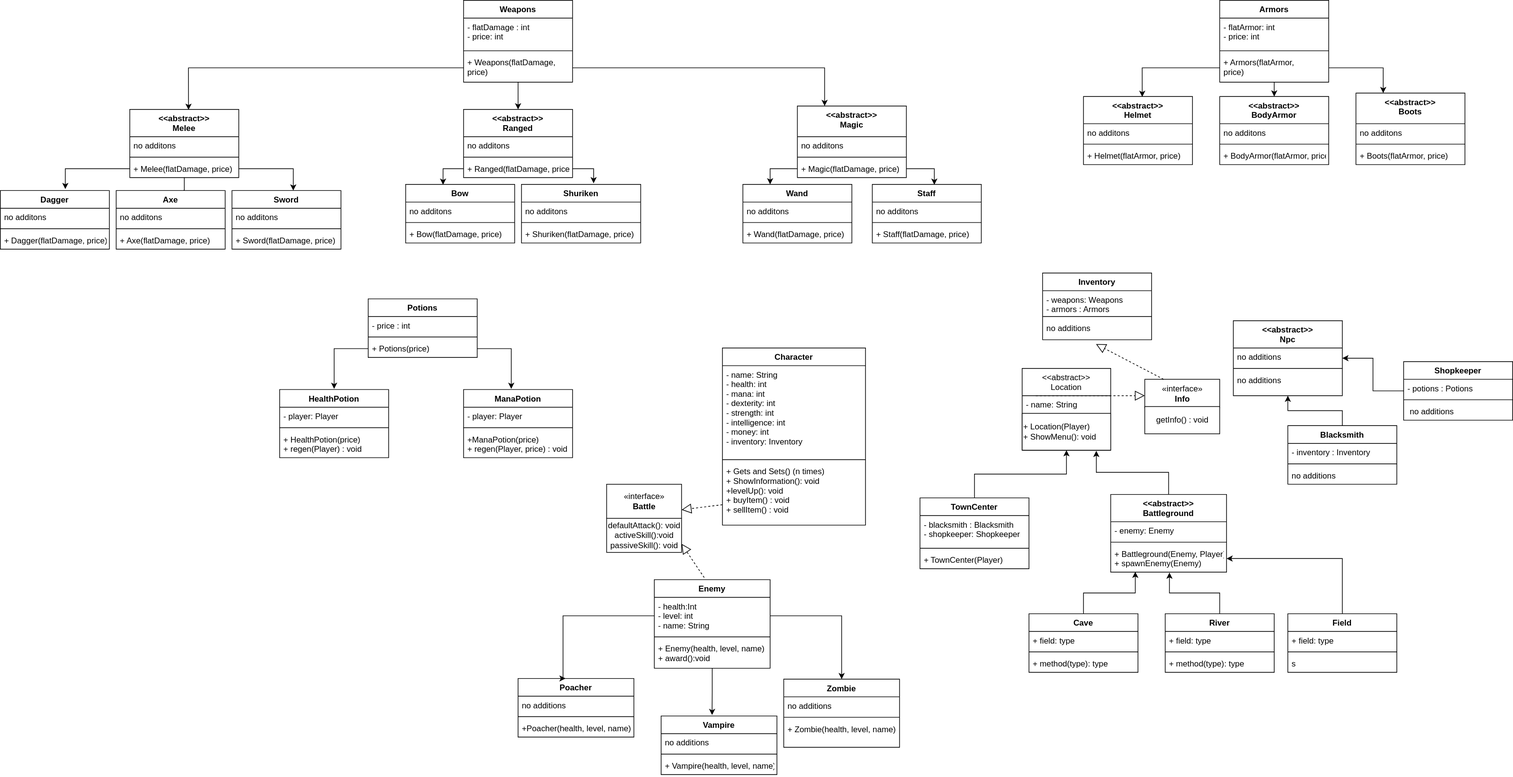
This is OOPrinciplesAG.drawio.svg from umutaan50/OOPrinciplesProjectAG, a draw.io export, as it was before one commit. Source tidied: cells renumbered, new cells last; positions are measured from the earlier drawing's top-left corner, leaving out a move shared by most shapes.
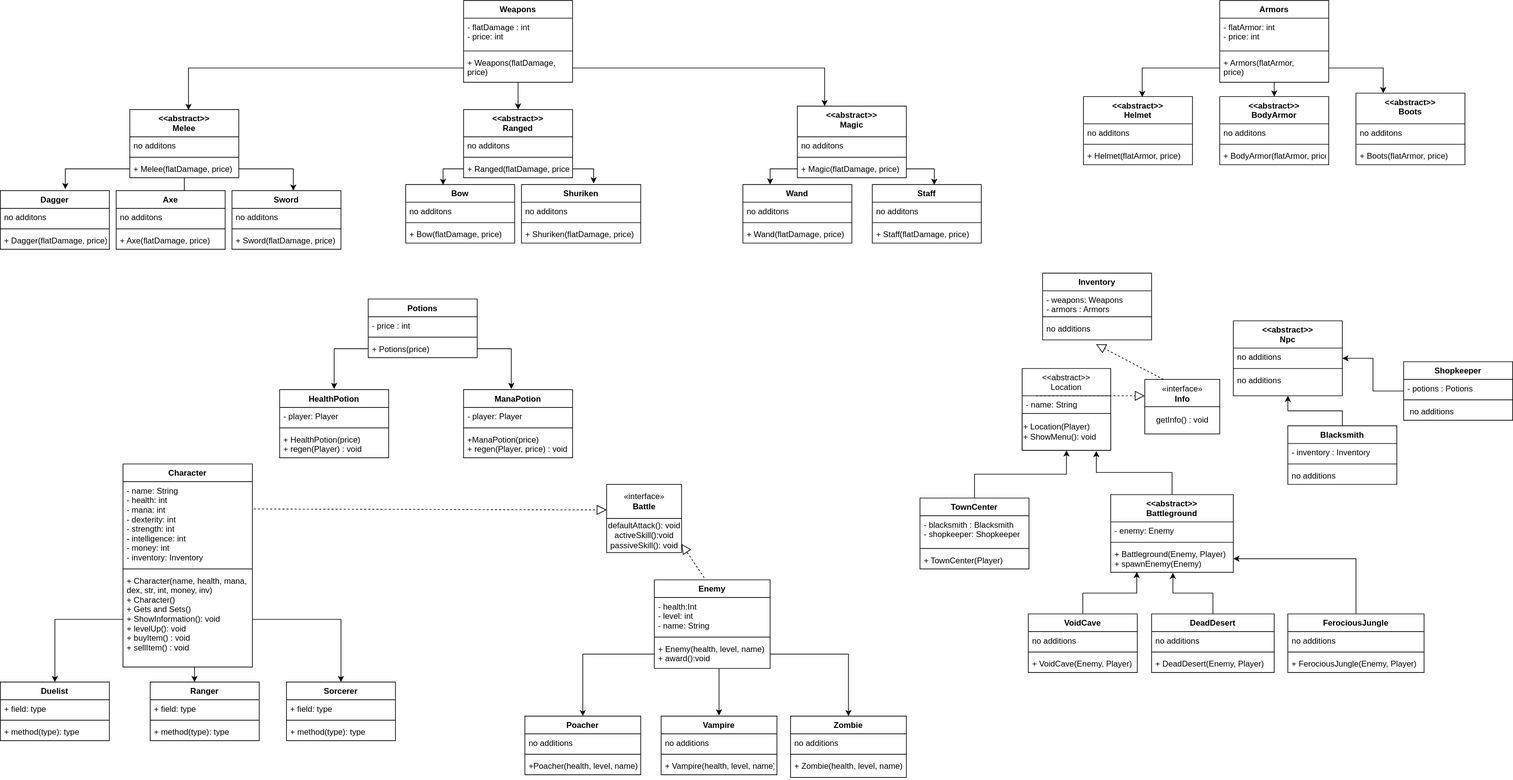
Later version of the same file.

Change to the diagram source:
```diff
@@ -2,17 +2,25 @@
   <root>
     <mxCell id="0" />
     <mxCell id="1" parent="0" />
+    <mxCell id="166" style="edgeStyle=orthogonalEdgeStyle;rounded=0;jettySize=auto;html=1;" parent="1" edge="1" source="2" target="174">
+      <mxGeometry relative="1" as="geometry">
+        <Array as="points">
+          <mxPoint x="285" y="980" />
+          <mxPoint x="285" y="980" />
+        </Array>
+      </mxGeometry>
+    </mxCell>
     <mxCell id="2" value="Character" style="swimlane;fontStyle=1;align=center;verticalAlign=top;horizontal=1;startSize=26;" parent="1" vertex="1">
-      <mxGeometry x="1060" y="510" width="210" height="260" as="geometry" />
+      <mxGeometry x="180" y="680" width="190" height="298" as="geometry" />
     </mxCell>
     <mxCell id="3" value="- name: String&#10;- health: int&#10;- mana: int &#10;- dexterity: int&#10;- strength: int&#10;- intelligence: int&#10;- money: int &#10;- inventory: Inventory" style="text;strokeColor=none;fillColor=none;align=left;verticalAlign=top;spacingLeft=4;spacingRight=4;overflow=hidden;points=[[0,0.5],[1,0.5]];portConstraint=eastwest;" parent="2" vertex="1">
-      <mxGeometry y="26" width="210" height="134" as="geometry" />
+      <mxGeometry y="26" width="190" height="124" as="geometry" />
     </mxCell>
     <mxCell id="4" style="line;strokeWidth=1;fillColor=none;align=left;verticalAlign=middle;spacingTop=-1;spacingLeft=3;spacingRight=3;labelPosition=right;" parent="2" vertex="1">
-      <mxGeometry y="160" width="210" height="8" as="geometry" />
+      <mxGeometry y="150" width="190" height="8" as="geometry" />
     </mxCell>
-    <mxCell id="5" value="+ Gets and Sets() (n times)&#10;+ ShowInformation(): void&#10;+levelUp(): void&#10;+ buyItem() : void&#10;+ sellItem() : void&#10;" style="text;strokeColor=none;fillColor=none;align=left;verticalAlign=top;spacingLeft=4;spacingRight=4;overflow=hidden;points=[[0,0.5],[1,0.5]];portConstraint=eastwest;" parent="2" vertex="1">
-      <mxGeometry y="168" width="210" height="92" as="geometry" />
+    <mxCell id="5" value="+ Character(name, health, mana,&#10;dex, str, int, money, inv)&#10;+ Character()&#10;+ Gets and Sets()&#10;+ ShowInformation(): void&#10;+ levelUp(): void&#10;+ buyItem() : void&#10;+ sellItem() : void&#10;" style="text;strokeColor=none;fillColor=none;align=left;verticalAlign=top;spacingLeft=4;spacingRight=4;overflow=hidden;points=[[0,0.5],[1,0.5]];portConstraint=eastwest;" parent="2" vertex="1">
+      <mxGeometry y="158" width="190" height="140" as="geometry" />
     </mxCell>
     <mxCell id="6" value="&lt;&lt;abstract&gt;&gt;&#10;Location" style="swimlane;fontStyle=0;horizontal=1;startSize=40;fillColor=none;" parent="1" vertex="1">
       <mxGeometry x="1500" y="540" width="130" height="120" as="geometry" />
@@ -84,16 +92,16 @@
       <mxGeometry relative="1" as="geometry" />
     </mxCell>
     <mxCell id="29" value="&lt;&lt;abstract&gt;&gt;&#10;Battleground" style="swimlane;fontStyle=1;align=center;verticalAlign=top;horizontal=1;startSize=40;" parent="1" vertex="1">
-      <mxGeometry x="1630" y="725" width="170" height="114" as="geometry" />
+      <mxGeometry x="1630" y="725" width="180" height="114" as="geometry" />
     </mxCell>
     <mxCell id="30" value="- enemy: Enemy" style="text;strokeColor=none;fillColor=none;align=left;verticalAlign=top;spacingLeft=4;spacingRight=4;overflow=hidden;" parent="29" vertex="1">
-      <mxGeometry y="40" width="170" height="26" as="geometry" />
+      <mxGeometry y="40" width="180" height="26" as="geometry" />
     </mxCell>
     <mxCell id="31" style="line;strokeWidth=1;fillColor=none;align=left;verticalAlign=middle;spacingTop=-1;spacingLeft=3;spacingRight=3;labelPosition=right;" parent="29" vertex="1">
-      <mxGeometry y="66" width="170" height="8" as="geometry" />
+      <mxGeometry y="66" width="180" height="8" as="geometry" />
     </mxCell>
     <mxCell id="32" value="+ Battleground(Enemy, Player)&#10;+ spawnEnemy(Enemy)" style="text;strokeColor=none;fillColor=none;align=left;verticalAlign=top;spacingLeft=4;spacingRight=4;overflow=hidden;points=[[0,0.5],[1,0.5]];portConstraint=eastwest;" parent="29" vertex="1">
-      <mxGeometry y="74" width="170" height="40" as="geometry" />
+      <mxGeometry y="74" width="180" height="40" as="geometry" />
     </mxCell>
     <mxCell id="33" value="«interface»&lt;br&gt;&lt;b&gt;Info&lt;/b&gt;" style="html=1;" parent="1" vertex="1">
       <mxGeometry x="1680" y="556" width="110" height="42" as="geometry" />
@@ -104,50 +112,55 @@
     <mxCell id="35" style="edgeStyle=orthogonalEdgeStyle;rounded=0;jettySize=auto;html=1;entryX=0.212;entryY=0.985;entryDx=0;entryDy=0;entryPerimeter=0;" parent="1" edge="1" source="36" target="32">
       <mxGeometry relative="1" as="geometry" />
     </mxCell>
-    <mxCell id="36" value="Cave" style="swimlane;fontStyle=1;align=center;verticalAlign=top;horizontal=1;startSize=26;" parent="1" vertex="1">
-      <mxGeometry x="1510" y="900" width="160" height="86" as="geometry" />
+    <mxCell id="36" value="VoidCave" style="swimlane;fontStyle=1;align=center;verticalAlign=top;horizontal=1;startSize=26;" parent="1" vertex="1">
+      <mxGeometry x="1509" y="900" width="160" height="86" as="geometry" />
     </mxCell>
-    <mxCell id="37" value="+ field: type" style="text;strokeColor=none;fillColor=none;align=left;verticalAlign=top;spacingLeft=4;spacingRight=4;overflow=hidden;" parent="36" vertex="1">
+    <mxCell id="37" value="no additions" style="text;strokeColor=none;fillColor=none;align=left;verticalAlign=top;spacingLeft=4;spacingRight=4;overflow=hidden;" parent="36" vertex="1">
       <mxGeometry y="26" width="160" height="26" as="geometry" />
     </mxCell>
     <mxCell id="38" style="line;strokeWidth=1;fillColor=none;align=left;verticalAlign=middle;spacingTop=-1;spacingLeft=3;spacingRight=3;labelPosition=right;" parent="36" vertex="1">
       <mxGeometry y="52" width="160" height="8" as="geometry" />
     </mxCell>
-    <mxCell id="39" value="+ method(type): type" style="text;strokeColor=none;fillColor=none;align=left;verticalAlign=top;spacingLeft=4;spacingRight=4;overflow=hidden;" parent="36" vertex="1">
+    <mxCell id="39" value="+ VoidCave(Enemy, Player)" style="text;strokeColor=none;fillColor=none;align=left;verticalAlign=top;spacingLeft=4;spacingRight=4;overflow=hidden;" parent="36" vertex="1">
       <mxGeometry y="60" width="160" height="26" as="geometry" />
     </mxCell>
     <mxCell id="40" style="edgeStyle=orthogonalEdgeStyle;rounded=0;jettySize=auto;html=1;entryX=0.507;entryY=1.015;entryDx=0;entryDy=0;entryPerimeter=0;" parent="1" edge="1" source="41" target="32">
       <mxGeometry relative="1" as="geometry" />
     </mxCell>
-    <mxCell id="41" value="River" style="swimlane;fontStyle=1;align=center;verticalAlign=top;horizontal=1;startSize=26;" parent="1" vertex="1">
-      <mxGeometry x="1710" y="900" width="160" height="86" as="geometry" />
+    <mxCell id="41" value="DeadDesert" style="swimlane;fontStyle=1;align=center;verticalAlign=top;horizontal=1;startSize=26;" parent="1" vertex="1">
+      <mxGeometry x="1690" y="900" width="180" height="86" as="geometry" />
     </mxCell>
-    <mxCell id="42" value="+ field: type" style="text;strokeColor=none;fillColor=none;align=left;verticalAlign=top;spacingLeft=4;spacingRight=4;overflow=hidden;" parent="41" vertex="1">
-      <mxGeometry y="26" width="160" height="26" as="geometry" />
+    <mxCell id="42" value="no additions" style="text;strokeColor=none;fillColor=none;align=left;verticalAlign=top;spacingLeft=4;spacingRight=4;overflow=hidden;" parent="41" vertex="1">
+      <mxGeometry y="26" width="180" height="26" as="geometry" />
     </mxCell>
     <mxCell id="43" style="line;strokeWidth=1;fillColor=none;align=left;verticalAlign=middle;spacingTop=-1;spacingLeft=3;spacingRight=3;labelPosition=right;" parent="41" vertex="1">
-      <mxGeometry y="52" width="160" height="8" as="geometry" />
+      <mxGeometry y="52" width="180" height="8" as="geometry" />
     </mxCell>
-    <mxCell id="44" value="+ method(type): type" style="text;strokeColor=none;fillColor=none;align=left;verticalAlign=top;spacingLeft=4;spacingRight=4;overflow=hidden;" parent="41" vertex="1">
-      <mxGeometry y="60" width="160" height="26" as="geometry" />
+    <mxCell id="44" value="+ DeadDesert(Enemy, Player)" style="text;strokeColor=none;fillColor=none;align=left;verticalAlign=top;spacingLeft=4;spacingRight=4;overflow=hidden;" parent="41" vertex="1">
+      <mxGeometry y="60" width="180" height="26" as="geometry" />
     </mxCell>
     <mxCell id="45" style="edgeStyle=orthogonalEdgeStyle;rounded=0;jettySize=auto;html=1;entryX=1;entryY=0.5;entryDx=0;entryDy=0;" parent="1" edge="1" source="46" target="32">
       <mxGeometry relative="1" as="geometry" />
     </mxCell>
-    <mxCell id="46" value="Field" style="swimlane;fontStyle=1;align=center;verticalAlign=top;horizontal=1;startSize=26;" parent="1" vertex="1">
-      <mxGeometry x="1890" y="900" width="160" height="86" as="geometry" />
+    <mxCell id="46" value="FerociousJungle" style="swimlane;fontStyle=1;align=center;verticalAlign=top;horizontal=1;startSize=26;" parent="1" vertex="1">
+      <mxGeometry x="1890" y="900" width="200" height="86" as="geometry" />
     </mxCell>
-    <mxCell id="47" value="+ field: type" style="text;strokeColor=none;fillColor=none;align=left;verticalAlign=top;spacingLeft=4;spacingRight=4;overflow=hidden;" parent="46" vertex="1">
-      <mxGeometry y="26" width="160" height="26" as="geometry" />
+    <mxCell id="47" value="no additions" style="text;strokeColor=none;fillColor=none;align=left;verticalAlign=top;spacingLeft=4;spacingRight=4;overflow=hidden;" parent="46" vertex="1">
+      <mxGeometry y="26" width="200" height="26" as="geometry" />
     </mxCell>
     <mxCell id="48" style="line;strokeWidth=1;fillColor=none;align=left;verticalAlign=middle;spacingTop=-1;spacingLeft=3;spacingRight=3;labelPosition=right;" parent="46" vertex="1">
-      <mxGeometry y="52" width="160" height="8" as="geometry" />
+      <mxGeometry y="52" width="200" height="8" as="geometry" />
     </mxCell>
-    <mxCell id="49" value="s" style="text;strokeColor=none;fillColor=none;align=left;verticalAlign=top;spacingLeft=4;spacingRight=4;overflow=hidden;" parent="46" vertex="1">
-      <mxGeometry y="60" width="160" height="26" as="geometry" />
+    <mxCell id="49" value="+ FerociousJungle(Enemy, Player)" style="text;strokeColor=none;fillColor=none;align=left;verticalAlign=top;spacingLeft=4;spacingRight=4;overflow=hidden;" parent="46" vertex="1">
+      <mxGeometry y="60" width="200" height="26" as="geometry" />
     </mxCell>
-    <mxCell id="50" style="edgeStyle=orthogonalEdgeStyle;rounded=0;jettySize=auto;html=1;entryX=0.44;entryY=-0.016;entryDx=0;entryDy=0;entryPerimeter=0;" parent="1" edge="1" source="51" target="64">
-      <mxGeometry relative="1" as="geometry" />
+    <mxCell id="50" style="edgeStyle=orthogonalEdgeStyle;rounded=0;jettySize=auto;html=1;" parent="1" edge="1" source="51">
+      <mxGeometry relative="1" as="geometry">
+        <mxPoint x="1055" y="1049" as="targetPoint" />
+        <Array as="points">
+          <mxPoint x="1055" y="1049" />
+        </Array>
+      </mxGeometry>
     </mxCell>
     <mxCell id="51" value="Enemy" style="swimlane;fontStyle=1;align=center;verticalAlign=top;horizontal=1;startSize=26;" parent="1" vertex="1">
       <mxGeometry x="960" y="850" width="170" height="130" as="geometry" />
@@ -173,16 +186,11 @@
         <mxPoint x="1680" y="580" as="targetPoint" />
       </mxGeometry>
     </mxCell>
-    <mxCell id="58" style="endArrow=block;dashed=1;endFill=0;endSize=12;html=1;rounded=0;entryX=1;entryY=0.75;entryDx=0;entryDy=0;" parent="1" edge="1" target="55">
-      <mxGeometry relative="1" as="geometry">
-        <mxPoint x="1060" y="740" as="sourcePoint" />
-      </mxGeometry>
-    </mxCell>
     <mxCell id="59" style="endArrow=block;dashed=1;endFill=0;endSize=12;html=1;rounded=0;entryX=1;entryY=0.75;entryDx=0;entryDy=0;exitX=0.431;exitY=-0.023;exitDx=0;exitDy=0;exitPerimeter=0;" parent="1" edge="1" source="51" target="56">
       <mxGeometry relative="1" as="geometry" />
     </mxCell>
     <mxCell id="60" value="Poacher" style="swimlane;fontStyle=1;align=center;verticalAlign=top;horizontal=1;startSize=26;" parent="1" vertex="1">
-      <mxGeometry x="760" y="995" width="170" height="86" as="geometry" />
+      <mxGeometry x="770" y="1050" width="170" height="86" as="geometry" />
     </mxCell>
     <mxCell id="61" value="no additions" style="text;strokeColor=none;fillColor=none;align=left;verticalAlign=top;spacingLeft=4;spacingRight=4;overflow=hidden;" parent="60" vertex="1">
       <mxGeometry y="26" width="170" height="26" as="geometry" />
@@ -206,7 +214,7 @@
       <mxGeometry y="60" width="170" height="26" as="geometry" />
     </mxCell>
     <mxCell id="68" value="Zombie" style="swimlane;fontStyle=1;align=center;verticalAlign=top;horizontal=1;startSize=26;" parent="1" vertex="1">
-      <mxGeometry x="1150" y="996" width="170" height="100" as="geometry" />
+      <mxGeometry x="1160" y="1050" width="170" height="90" as="geometry" />
     </mxCell>
     <mxCell id="69" value="no additions" style="text;strokeColor=none;fillColor=none;align=left;verticalAlign=top;spacingLeft=4;spacingRight=4;overflow=hidden;" parent="68" vertex="1">
       <mxGeometry y="26" width="170" height="26" as="geometry" />
@@ -215,18 +223,8 @@
       <mxGeometry y="52" width="170" height="8" as="geometry" />
     </mxCell>
     <mxCell id="71" value="+ Zombie(health, level, name)" style="text;strokeColor=none;fillColor=none;align=left;verticalAlign=top;spacingLeft=4;spacingRight=4;overflow=hidden;" parent="68" vertex="1">
-      <mxGeometry y="60" width="170" height="40" as="geometry" />
+      <mxGeometry y="60" width="170" height="30" as="geometry" />
     </mxCell>
-    <mxCell id="72" style="edgeStyle=orthogonalEdgeStyle;rounded=0;jettySize=auto;html=1;entryX=0.41;entryY=0;entryDx=0;entryDy=0;entryPerimeter=0;" parent="1" edge="1" source="52" target="60">
-      <mxGeometry relative="1" as="geometry">
-        <Array as="points">
-          <mxPoint x="826" y="903" />
-        </Array>
-      </mxGeometry>
-    </mxCell>
-    <mxCell id="73" style="edgeStyle=orthogonalEdgeStyle;rounded=0;jettySize=auto;html=1;entryX=0.5;entryY=0;entryDx=0;entryDy=0;" parent="1" edge="1" source="52" target="68">
-      <mxGeometry relative="1" as="geometry" />
-    </mxCell>
     <mxCell id="74" value="Inventory" style="swimlane;fontStyle=1;align=center;verticalAlign=top;horizontal=1;startSize=26;" parent="1" vertex="1">
       <mxGeometry x="1530" y="400" width="160" height="98" as="geometry" />
     </mxCell>
@@ -509,5 +507,56 @@
         <mxPoint x="750" y="570" as="targetPoint" />
       </mxGeometry>
     </mxCell>
+    <mxCell id="167" style="edgeStyle=orthogonalEdgeStyle;rounded=0;jettySize=auto;html=1;entryX=0.5;entryY=0;entryDx=0;entryDy=0;" parent="1" edge="1" source="54" target="60">
+      <mxGeometry relative="1" as="geometry" />
+    </mxCell>
+    <mxCell id="168" style="edgeStyle=orthogonalEdgeStyle;rounded=0;jettySize=auto;html=1;" parent="1" edge="1" source="54" target="68">
+      <mxGeometry relative="1" as="geometry" />
+    </mxCell>
+    <mxCell id="169" style="endArrow=block;dashed=1;endFill=0;endSize=12;html=1;rounded=0;exitX=1.011;exitY=0.323;exitDx=0;exitDy=0;exitPerimeter=0;entryX=0;entryY=0.75;entryDx=0;entryDy=0;" parent="1" edge="1" source="3" target="55">
+      <mxGeometry relative="1" as="geometry" />
+    </mxCell>
+    <mxCell id="170" value="Duelist" style="swimlane;fontStyle=1;align=center;verticalAlign=top;horizontal=1;startSize=26;" parent="1" vertex="1">
+      <mxGeometry y="1000" width="160" height="86" as="geometry" />
+    </mxCell>
+    <mxCell id="171" value="+ field: type" style="text;strokeColor=none;fillColor=none;align=left;verticalAlign=top;spacingLeft=4;spacingRight=4;overflow=hidden;" parent="170" vertex="1">
+      <mxGeometry y="26" width="160" height="26" as="geometry" />
+    </mxCell>
+    <mxCell id="172" style="line;strokeWidth=1;fillColor=none;align=left;verticalAlign=middle;spacingTop=-1;spacingLeft=3;spacingRight=3;labelPosition=right;" parent="170" vertex="1">
+      <mxGeometry y="52" width="160" height="8" as="geometry" />
+    </mxCell>
+    <mxCell id="173" value="+ method(type): type" style="text;strokeColor=none;fillColor=none;align=left;verticalAlign=top;spacingLeft=4;spacingRight=4;overflow=hidden;" parent="170" vertex="1">
+      <mxGeometry y="60" width="160" height="26" as="geometry" />
+    </mxCell>
+    <mxCell id="174" value="Ranger" style="swimlane;fontStyle=1;align=center;verticalAlign=top;horizontal=1;startSize=26;" parent="1" vertex="1">
+      <mxGeometry x="220" y="1000" width="160" height="86" as="geometry" />
+    </mxCell>
+    <mxCell id="175" value="+ field: type" style="text;strokeColor=none;fillColor=none;align=left;verticalAlign=top;spacingLeft=4;spacingRight=4;overflow=hidden;" parent="174" vertex="1">
+      <mxGeometry y="26" width="160" height="26" as="geometry" />
+    </mxCell>
+    <mxCell id="176" style="line;strokeWidth=1;fillColor=none;align=left;verticalAlign=middle;spacingTop=-1;spacingLeft=3;spacingRight=3;labelPosition=right;" parent="174" vertex="1">
+      <mxGeometry y="52" width="160" height="8" as="geometry" />
+    </mxCell>
+    <mxCell id="177" value="+ method(type): type" style="text;strokeColor=none;fillColor=none;align=left;verticalAlign=top;spacingLeft=4;spacingRight=4;overflow=hidden;" parent="174" vertex="1">
+      <mxGeometry y="60" width="160" height="26" as="geometry" />
+    </mxCell>
+    <mxCell id="178" value="Sorcerer" style="swimlane;fontStyle=1;align=center;verticalAlign=top;horizontal=1;startSize=26;" parent="1" vertex="1">
+      <mxGeometry x="420" y="1000" width="160" height="86" as="geometry" />
+    </mxCell>
+    <mxCell id="179" value="+ field: type" style="text;strokeColor=none;fillColor=none;align=left;verticalAlign=top;spacingLeft=4;spacingRight=4;overflow=hidden;" parent="178" vertex="1">
+      <mxGeometry y="26" width="160" height="26" as="geometry" />
+    </mxCell>
+    <mxCell id="180" style="line;strokeWidth=1;fillColor=none;align=left;verticalAlign=middle;spacingTop=-1;spacingLeft=3;spacingRight=3;labelPosition=right;" parent="178" vertex="1">
+      <mxGeometry y="52" width="160" height="8" as="geometry" />
+    </mxCell>
+    <mxCell id="181" value="+ method(type): type" style="text;strokeColor=none;fillColor=none;align=left;verticalAlign=top;spacingLeft=4;spacingRight=4;overflow=hidden;" parent="178" vertex="1">
+      <mxGeometry y="60" width="160" height="26" as="geometry" />
+    </mxCell>
+    <mxCell id="182" style="edgeStyle=orthogonalEdgeStyle;rounded=0;jettySize=auto;html=1;" parent="1" edge="1" source="5" target="170">
+      <mxGeometry relative="1" as="geometry" />
+    </mxCell>
+    <mxCell id="183" style="edgeStyle=orthogonalEdgeStyle;rounded=0;jettySize=auto;html=1;entryX=0.5;entryY=0;entryDx=0;entryDy=0;" parent="1" edge="1" source="5" target="178">
+      <mxGeometry relative="1" as="geometry" />
+    </mxCell>
   </root>
 </mxGraphModel>
```
